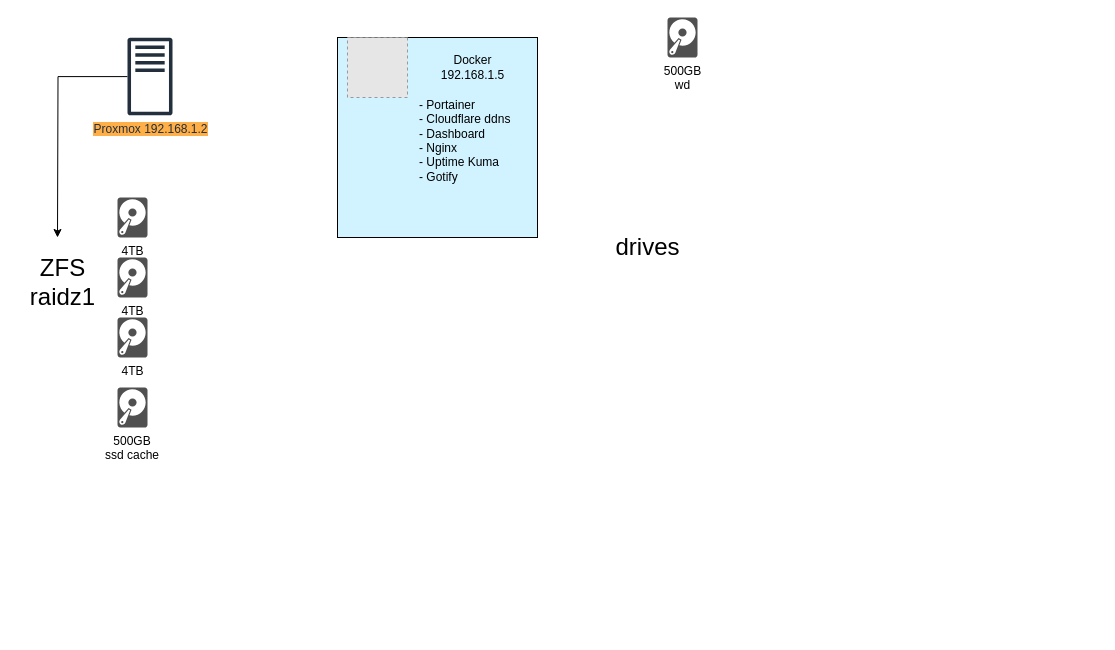
tabzor/fff keeps this draw.io diagram as Untitled Diagram.drawio. Above is the earlier version. Source tidied: cells renumbered, new cells numbered last; positions are measured from the earlier drawing's top-left corner, leaving out a move shared by most shapes. Both pictures are drawn from the tidied source at 100%, with x=0, y=0 at pixel (17, 17). Pictures stored in the file or linked from it are replaced by grey dashed boxes.
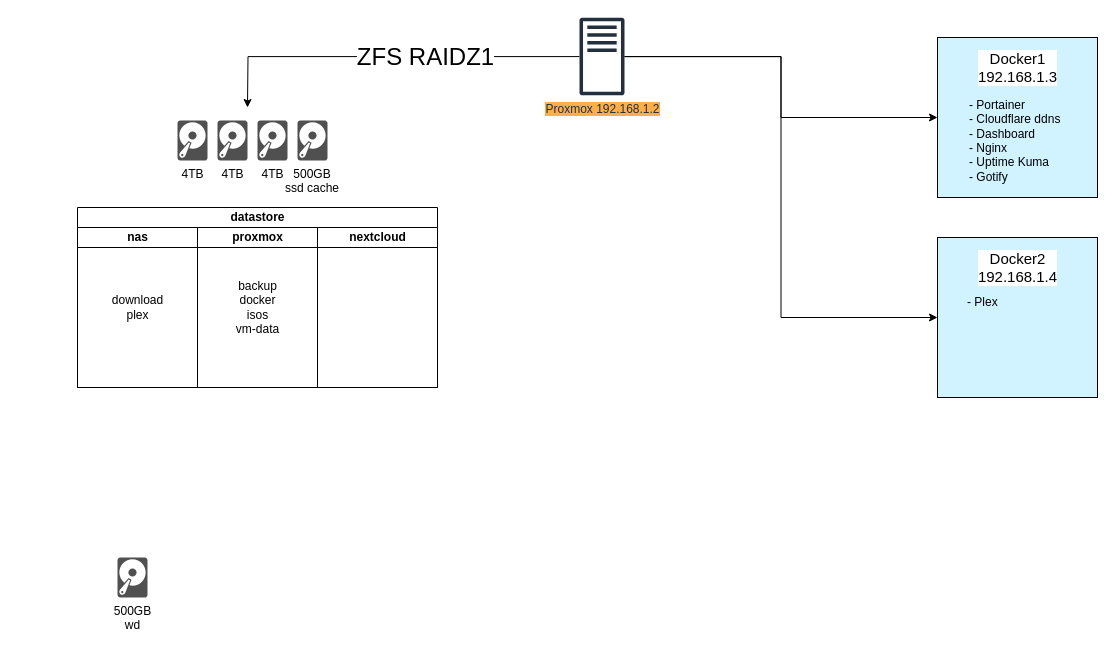
The same page after the edit.

Diff of the diagram source:
```diff
@@
     <mxCell id="2" style="edgeStyle=orthogonalEdgeStyle;rounded=0;jettySize=auto;html=1;" parent="1" edge="1" source="3">
       <mxGeometry relative="1" as="geometry">
-        <mxPoint x="40" y="220" as="targetPoint" />
+        <mxPoint x="230" y="90" as="targetPoint" />
       </mxGeometry>
     </mxCell>
+    <mxCell id="15" value="ZFS RAIDZ1" style="edgeLabel;html=1;align=center;verticalAlign=middle;fontSize=24;" parent="2" vertex="1">
+      <mxGeometry x="-0.19" relative="1" as="geometry" />
+    </mxCell>
+    <mxCell id="16" style="edgeStyle=orthogonalEdgeStyle;rounded=0;jettySize=auto;html=1;entryX=0;entryY=0.5;entryDx=0;entryDy=0;" parent="1" edge="1" source="3" target="4">
+      <mxGeometry relative="1" as="geometry" />
+    </mxCell>
+    <mxCell id="17" style="edgeStyle=orthogonalEdgeStyle;rounded=0;jettySize=auto;html=1;entryX=0;entryY=0.5;entryDx=0;entryDy=0;" parent="1" edge="1" source="3" target="24">
+      <mxGeometry relative="1" as="geometry" />
+    </mxCell>
     <mxCell id="3" value="&lt;div&gt;Proxmox 192.168.1.2&lt;/div&gt;" style="sketch=0;outlineConnect=0;fontColor=#232F3E;gradientColor=none;fillColor=#232F3D;strokeColor=none;dashed=0;verticalLabelPosition=bottom;verticalAlign=top;align=center;html=1;fontSize=12;fontStyle=0;shape=mxgraph.aws4.traditional_server;labelBackgroundColor=#FFAF47;" parent="1" vertex="1">
-      <mxGeometry x="110" y="20" width="45" height="78" as="geometry" />
+      <mxGeometry x="562" width="45" height="78" as="geometry" />
     </mxCell>
     <mxCell id="4" value="&lt;div align=&quot;center&quot;&gt;&lt;br&gt;&lt;/div&gt;" style="whiteSpace=wrap;html=1;align=center;labelBackgroundColor=none;labelBorderColor=none;fillColor=#D1F3FF;" parent="1" vertex="1">
-      <mxGeometry x="320" y="20" width="200" height="200" as="geometry" />
+      <mxGeometry x="920" y="20" width="160" height="160" as="geometry" />
     </mxCell>
-    <mxCell id="5" style="fillColor=#E6E6E6;strokeColor=#999999;dashed=1;html=1;verticalAlign=top;verticalLabelPosition=bottom;labelBackgroundColor=#ffffff;" parent="1" vertex="1">
-      <mxGeometry x="330" y="20" width="60" height="60" as="geometry" />
-    </mxCell>
-    <mxCell id="6" value="&lt;div&gt;Docker&lt;/div&gt;&lt;div&gt;192.168.1.5&lt;/div&gt;" style="text;html=1;align=center;verticalAlign=middle;strokeColor=none;fillColor=none;" parent="1" vertex="1">
-      <mxGeometry x="410" y="30" width="90" height="40" as="geometry" />
+    <mxCell id="6" value="&lt;div style=&quot;font-size: 15px;&quot;&gt;Docker1&lt;/div&gt;&lt;div style=&quot;font-size: 15px;&quot;&gt;192.168.1.3&lt;/div&gt;" style="text;html=1;align=center;verticalAlign=middle;strokeColor=none;fillColor=none;labelBackgroundColor=default;spacing=1;spacingLeft=0;spacingTop=0;labelPosition=center;verticalLabelPosition=middle;labelBorderColor=none;fontSize=15;" parent="1" vertex="1">
+      <mxGeometry x="950" y="25" width="100" height="50" as="geometry" />
     </mxCell>
     <mxCell id="7" value="&lt;div&gt;- Portainer&lt;/div&gt;&lt;div&gt;- Cloudflare ddns&lt;/div&gt;&lt;div&gt;- Dashboard&lt;/div&gt;&lt;div&gt;- Nginx&lt;/div&gt;&lt;div&gt;- Uptime Kuma&lt;/div&gt;&lt;div&gt;- Gotify&lt;/div&gt;&lt;div&gt;&lt;br&gt;&lt;/div&gt;&lt;div&gt;&lt;br&gt;&lt;/div&gt;&lt;div&gt;&lt;br&gt;&lt;/div&gt;" style="text;html=1;align=left;verticalAlign=middle;strokeColor=none;fillColor=none;" parent="1" vertex="1">
-      <mxGeometry x="400" y="75" width="110" height="140" as="geometry" />
+      <mxGeometry x="950" y="75" width="110" height="140" as="geometry" />
     </mxCell>
     <mxCell id="8" value="&lt;div&gt;4TB&lt;/div&gt;" style="sketch=0;shadow=0;dashed=0;html=1;strokeColor=none;fillColor=#505050;labelPosition=center;verticalLabelPosition=bottom;verticalAlign=top;align=center;shape=mxgraph.office.devices.hard_disk;" parent="1" vertex="1">
-      <mxGeometry x="100" y="180" width="30" height="40" as="geometry" />
+      <mxGeometry x="160" y="103" width="30" height="40" as="geometry" />
     </mxCell>
-    <mxCell id="9" value="drives" style="text;html=1;align=center;verticalAlign=middle;strokeColor=none;fillColor=none;fontSize=24;" parent="1" vertex="1">
-      <mxGeometry x="585" y="210" width="90" height="40" as="geometry" />
-    </mxCell>
     <mxCell id="10" value="&lt;div&gt;4TB&lt;/div&gt;" style="sketch=0;shadow=0;dashed=0;html=1;strokeColor=none;fillColor=#505050;labelPosition=center;verticalLabelPosition=bottom;verticalAlign=top;align=center;shape=mxgraph.office.devices.hard_disk;" parent="1" vertex="1">
-      <mxGeometry x="100" y="240" width="30" height="40" as="geometry" />
+      <mxGeometry x="200" y="103" width="30" height="40" as="geometry" />
     </mxCell>
     <mxCell id="11" value="&lt;div&gt;4TB&lt;/div&gt;" style="sketch=0;shadow=0;dashed=0;html=1;strokeColor=none;fillColor=#505050;labelPosition=center;verticalLabelPosition=bottom;verticalAlign=top;align=center;shape=mxgraph.office.devices.hard_disk;" parent="1" vertex="1">
-      <mxGeometry x="100" y="300" width="30" height="40" as="geometry" />
+      <mxGeometry x="240" y="103" width="30" height="40" as="geometry" />
     </mxCell>
     <mxCell id="12" value="500GB&#10;ssd cache" style="sketch=0;shadow=0;dashed=0;strokeColor=none;fillColor=#505050;labelPosition=center;verticalLabelPosition=bottom;verticalAlign=top;align=center;shape=mxgraph.office.devices.hard_disk;" parent="1" vertex="1">
-      <mxGeometry x="100" y="370" width="30" height="40" as="geometry" />
+      <mxGeometry x="280" y="103" width="30" height="40" as="geometry" />
     </mxCell>
     <mxCell id="13" value="&lt;div&gt;500GB&lt;/div&gt;&lt;div&gt;wd&lt;br&gt;&lt;/div&gt;" style="sketch=0;shadow=0;dashed=0;html=1;strokeColor=none;fillColor=#505050;labelPosition=center;verticalLabelPosition=bottom;verticalAlign=top;align=center;shape=mxgraph.office.devices.hard_disk;" parent="1" vertex="1">
-      <mxGeometry x="650" width="30" height="40" as="geometry" />
+      <mxGeometry x="100" y="540" width="30" height="40" as="geometry" />
     </mxCell>
-    <mxCell id="14" value="&lt;div&gt;ZFS&lt;/div&gt;&lt;div&gt;raidz1&lt;br&gt;&lt;/div&gt;" style="text;html=1;align=center;verticalAlign=middle;strokeColor=none;fillColor=none;fontSize=24;" parent="1" vertex="1">
-      <mxGeometry y="230" width="90" height="70" as="geometry" />
-    </mxCell>
+    <mxCell id="18" value="datastore" style="swimlane;startSize=20;html=1;" parent="1" vertex="1">
+      <mxGeometry x="60" y="190" width="360" height="180" as="geometry" />
+    </mxCell>
+    <mxCell id="19" value="nas" style="swimlane;startSize=20;html=1;" parent="18" vertex="1">
+      <mxGeometry y="20" width="120" height="160" as="geometry" />
+    </mxCell>
+    <mxCell id="20" value="&lt;div&gt;download&lt;/div&gt;&lt;div&gt;plex&lt;br&gt;&lt;/div&gt;" style="text;html=1;align=center;verticalAlign=middle;strokeColor=none;fillColor=none;" parent="19" vertex="1">
+      <mxGeometry x="25" y="60" width="70" height="40" as="geometry" />
+    </mxCell>
+    <mxCell id="21" value="proxmox" style="swimlane;startSize=20;html=1;" parent="18" vertex="1">
+      <mxGeometry x="120" y="20" width="120" height="160" as="geometry" />
+    </mxCell>
+    <mxCell id="22" value="&lt;div&gt;backup&lt;/div&gt;&lt;div&gt;docker&lt;/div&gt;&lt;div&gt;isos&lt;/div&gt;&lt;div&gt;vm-data&lt;br&gt;&lt;/div&gt;" style="text;html=1;align=center;verticalAlign=middle;strokeColor=none;fillColor=none;" parent="21" vertex="1">
+      <mxGeometry x="25" y="45" width="70" height="70" as="geometry" />
+    </mxCell>
+    <mxCell id="23" value="nextcloud" style="swimlane;startSize=20;html=1;" parent="18" vertex="1">
+      <mxGeometry x="240" y="20" width="120" height="160" as="geometry" />
+    </mxCell>
+    <mxCell id="24" value="&lt;div align=&quot;center&quot;&gt;&lt;br&gt;&lt;/div&gt;" style="whiteSpace=wrap;html=1;align=center;labelBackgroundColor=none;labelBorderColor=none;fillColor=#D1F3FF;" parent="1" vertex="1">
+      <mxGeometry x="920" y="220" width="160" height="160" as="geometry" />
+    </mxCell>
+    <mxCell id="25" value="&lt;div style=&quot;font-size: 15px;&quot;&gt;Docker2&lt;/div&gt;&lt;div style=&quot;font-size: 15px;&quot;&gt;192.168.1.4&lt;/div&gt;" style="text;html=1;align=center;verticalAlign=middle;strokeColor=none;fillColor=none;labelBackgroundColor=default;spacing=1;spacingLeft=0;spacingTop=0;labelPosition=center;verticalLabelPosition=middle;labelBorderColor=none;fontSize=15;" parent="1" vertex="1">
+      <mxGeometry x="950" y="225" width="100" height="50" as="geometry" />
+    </mxCell>
+    <mxCell id="26" value="- Plex" style="text;align=left;verticalAlign=middle;strokeColor=none;fillColor=none;labelPosition=center;verticalLabelPosition=middle;spacing=0;html=1;" parent="1" vertex="1">
+      <mxGeometry x="950" y="275" width="50" height="20" as="geometry" />
+    </mxCell>
```
